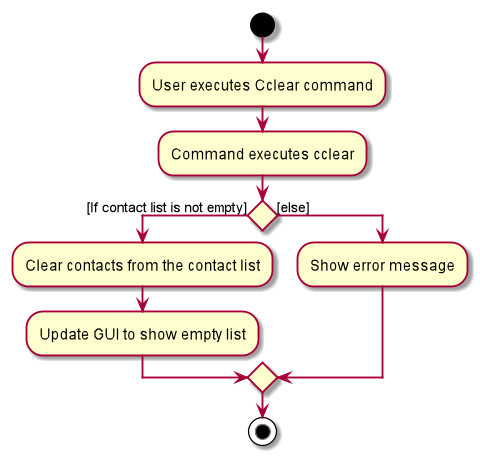
Before: docs/images/CclearActivityDiagram.png, a diagram exported from PlantUML (nus-cs2103-AY2021S1/tp).
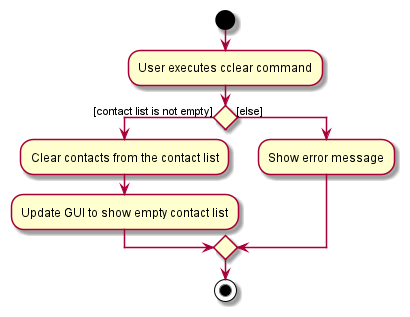
The same file after the commit.

The edit, as a diff of the source:
```diff
@@ -1,12 +1,11 @@
 @startuml
 start
-:User executes Cclear command;
+:User executes cclear command;
 
-:Command executes cclear;
 
-if () then ([If contact list is not empty])
+if () then ([contact list is not empty])
     :Clear contacts from the contact list;
-    :Update GUI to show empty list;
+    :Update GUI to show empty contact list;
 else ([else])
     :Show error message;
 endif
```
